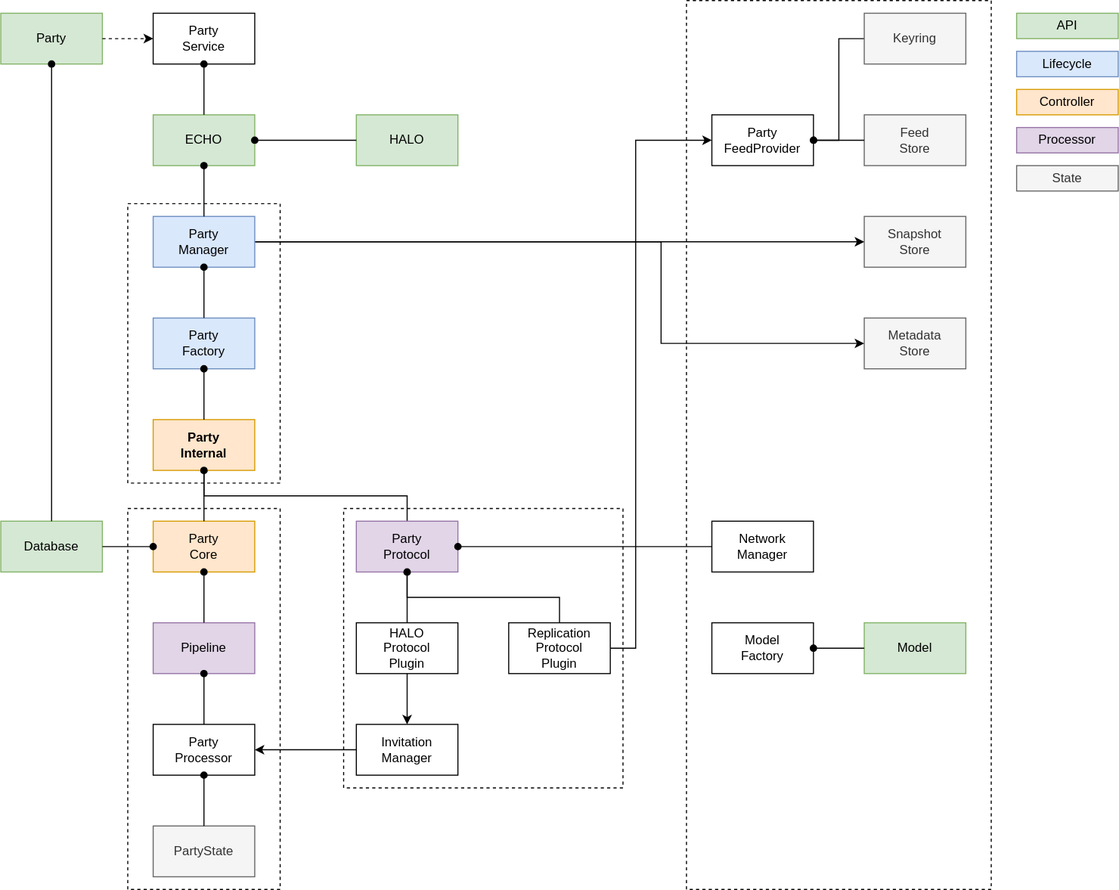
Above: docs/design/diagrams/echo-db.drawio.svg in dxos/dxos (draw.io), before the change. Source tidied: cells renumbered, new cells last; positions are measured from the earlier drawing's top-left corner, leaving out a move shared by most shapes.
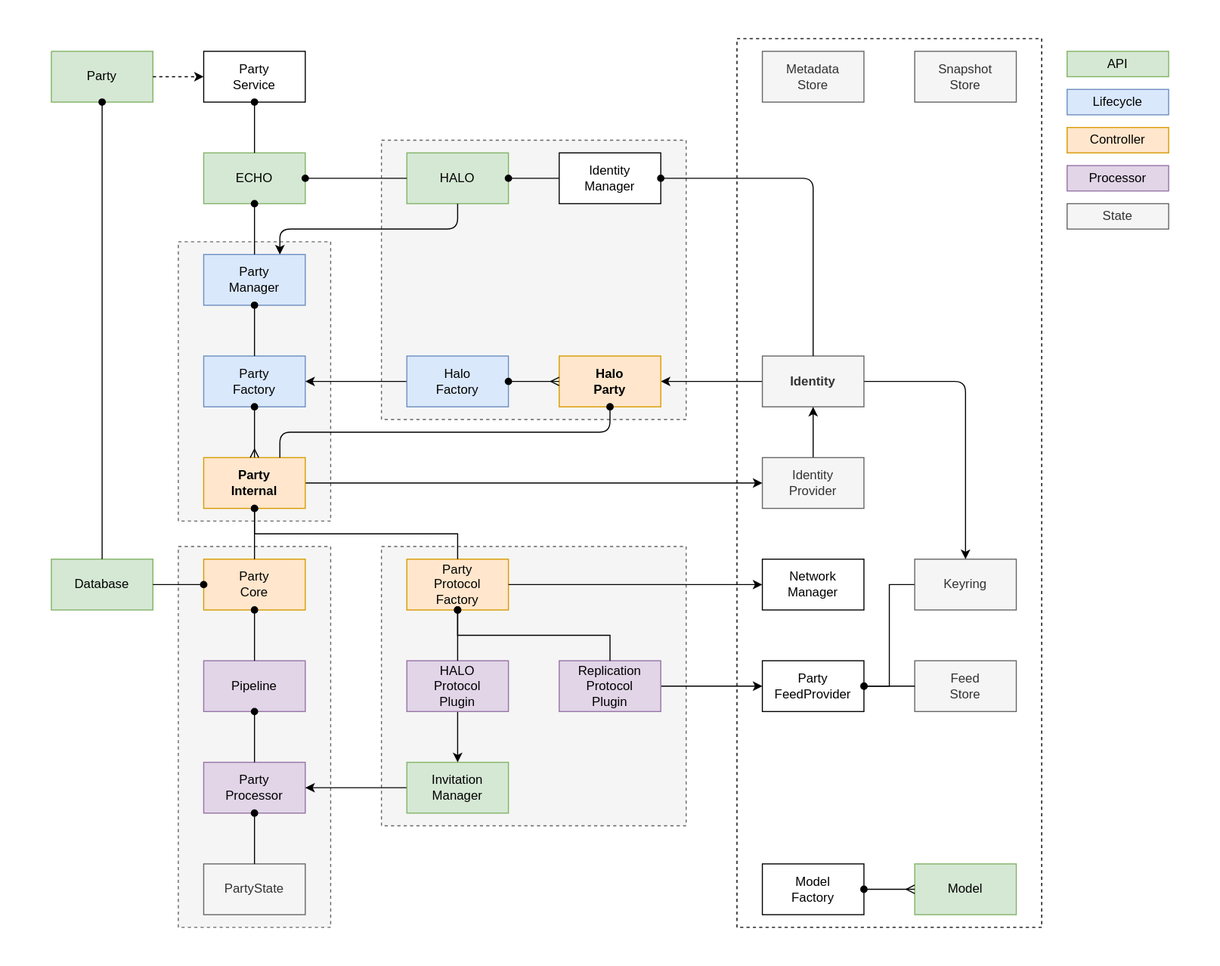
The same file after the commit.

The edit, as a diff of the source:
```diff
@@ -1,16 +1,22 @@
-<mxGraphModel>
+<mxGraphModel background="#ffffff">
   <root>
     <mxCell id="0" />
     <mxCell id="1" parent="0" />
+    <mxCell id="59" style="rounded=0;whiteSpace=wrap;html=1;dashed=1;fillColor=#f5f5f5;fontColor=#333333;strokeColor=#666666;" parent="1" vertex="1">
+      <mxGeometry x="312" y="480" width="288" height="264" as="geometry" />
+    </mxCell>
+    <mxCell id="49" style="rounded=0;whiteSpace=wrap;html=1;dashed=1;fillColor=none;" parent="1" vertex="1">
+      <mxGeometry x="648" width="288" height="840" as="geometry" />
+    </mxCell>
+    <mxCell id="4" style="rounded=0;whiteSpace=wrap;html=1;dashed=1;fillColor=#f5f5f5;fontColor=#333333;strokeColor=#666666;" parent="1" vertex="1">
+      <mxGeometry x="312" y="96" width="288" height="264" as="geometry" />
+    </mxCell>
-    <mxCell id="2" style="rounded=0;whiteSpace=wrap;html=1;dashed=1;fillColor=none;" parent="1" vertex="1">
+    <mxCell id="2" style="rounded=0;whiteSpace=wrap;html=1;dashed=1;fillColor=#f5f5f5;fontColor=#333333;strokeColor=#666666;" parent="1" vertex="1">
       <mxGeometry x="120" y="192" width="144" height="264" as="geometry" />
     </mxCell>
-    <mxCell id="3" style="rounded=0;whiteSpace=wrap;html=1;dashed=1;fillColor=none;" parent="1" vertex="1">
+    <mxCell id="3" style="rounded=0;whiteSpace=wrap;html=1;dashed=1;fillColor=#f5f5f5;fontColor=#333333;strokeColor=#666666;" parent="1" vertex="1">
       <mxGeometry x="120" y="480" width="144" height="360" as="geometry" />
     </mxCell>
-    <mxCell id="4" style="rounded=0;whiteSpace=wrap;html=1;dashed=1;fillColor=none;" parent="1" vertex="1">
-      <mxGeometry x="324" y="480" width="264" height="264" as="geometry" />
-    </mxCell>
     <mxCell id="5" value="Party&lt;br&gt;Core" style="rounded=0;whiteSpace=wrap;html=1;fillColor=#ffe6cc;strokeColor=#d79b00;" parent="1" vertex="1">
       <mxGeometry x="144" y="492" width="96" height="48" as="geometry" />
     </mxCell>
@@ -18,16 +24,16 @@
       <mxGeometry y="492" width="96" height="48" as="geometry" />
     </mxCell>
     <mxCell id="7" value="Snapshot&lt;br&gt;Store" style="rounded=0;whiteSpace=wrap;html=1;fillColor=#f5f5f5;fontColor=#333333;strokeColor=#666666;" parent="1" vertex="1">
-      <mxGeometry x="816" y="204" width="96" height="48" as="geometry" />
+      <mxGeometry x="816" y="12" width="96" height="48" as="geometry" />
     </mxCell>
-    <mxCell id="8" value="Party&lt;br&gt;Processor" style="rounded=0;whiteSpace=wrap;html=1;" parent="1" vertex="1">
+    <mxCell id="8" value="Party&lt;br&gt;Processor" style="rounded=0;whiteSpace=wrap;html=1;fillColor=#e1d5e7;strokeColor=#9673a6;" parent="1" vertex="1">
       <mxGeometry x="144" y="684" width="96" height="48" as="geometry" />
     </mxCell>
     <mxCell id="9" style="edgeStyle=orthogonalEdgeStyle;rounded=0;jettySize=auto;html=1;exitX=1;exitY=0.5;exitDx=0;exitDy=0;entryX=0;entryY=0.5;entryDx=0;entryDy=0;startArrow=oval;startFill=1;endArrow=none;endFill=0;" parent="1" edge="1" source="10" target="24">
       <mxGeometry relative="1" as="geometry" />
     </mxCell>
     <mxCell id="10" value="Party&lt;br&gt;FeedProvider" style="rounded=0;whiteSpace=wrap;html=1;" parent="1" vertex="1">
-      <mxGeometry x="672" y="108" width="96" height="48" as="geometry" />
+      <mxGeometry x="672" y="588" width="96" height="48" as="geometry" />
     </mxCell>
     <mxCell id="11" value="Pipeline" style="rounded=0;whiteSpace=wrap;html=1;fillColor=#e1d5e7;strokeColor=#9673a6;" parent="1" vertex="1">
       <mxGeometry x="144" y="588" width="96" height="48" as="geometry" />
@@ -38,9 +44,9 @@
     <mxCell id="13" value="Party&lt;br&gt;Factory&lt;br&gt;" style="rounded=0;whiteSpace=wrap;html=1;fillColor=#dae8fc;strokeColor=#6c8ebf;" parent="1" vertex="1">
       <mxGeometry x="144" y="300" width="96" height="48" as="geometry" />
     </mxCell>
-    <mxCell id="14" style="edgeStyle=orthogonalEdgeStyle;rounded=0;jettySize=auto;html=1;exitX=0.5;exitY=1;exitDx=0;exitDy=0;entryX=0.5;entryY=0;entryDx=0;entryDy=0;startArrow=oval;startFill=1;endArrow=none;endFill=0;" parent="1" edge="1" source="15" target="21">
-      <mxGeometry relative="1" as="geometry" />
-    </mxCell>
+    <mxCell id="60" style="edgeStyle=none;html=1;exitX=1;exitY=0.5;exitDx=0;exitDy=0;entryX=0;entryY=0.5;entryDx=0;entryDy=0;startArrow=none;startFill=0;endArrow=classic;endFill=1;" parent="1" edge="1" source="15" target="76">
+      <mxGeometry relative="1" as="geometry" />
+    </mxCell>
     <mxCell id="15" value="Party&lt;br&gt;Internal" style="rounded=0;whiteSpace=wrap;html=1;fontStyle=1;fillColor=#ffe6cc;strokeColor=#d79b00;" parent="1" vertex="1">
       <mxGeometry x="144" y="396" width="96" height="48" as="geometry" />
     </mxCell>
@@ -50,40 +56,31 @@
     <mxCell id="17" style="edgeStyle=orthogonalEdgeStyle;rounded=0;jettySize=auto;html=1;entryX=1;entryY=0.5;entryDx=0;entryDy=0;startArrow=none;startFill=0;endArrow=classic;endFill=1;" parent="1" edge="1" source="18" target="8">
       <mxGeometry relative="1" as="geometry" />
     </mxCell>
-    <mxCell id="18" value="Invitation&lt;br&gt;Manager" style="rounded=0;whiteSpace=wrap;html=1;" parent="1" vertex="1">
+    <mxCell id="18" value="Invitation&lt;br&gt;Manager" style="rounded=0;whiteSpace=wrap;html=1;fillColor=#d5e8d4;strokeColor=#82b366;" parent="1" vertex="1">
       <mxGeometry x="336" y="684" width="96" height="48" as="geometry" />
     </mxCell>
     <mxCell id="19" style="edgeStyle=orthogonalEdgeStyle;rounded=0;jettySize=auto;html=1;entryX=0;entryY=0.5;entryDx=0;entryDy=0;startArrow=none;startFill=0;endArrow=classic;endFill=1;exitX=1;exitY=0.5;exitDx=0;exitDy=0;" parent="1" edge="1" source="52" target="10">
       <mxGeometry relative="1" as="geometry">
         <Array as="points">
-          <mxPoint x="600" y="612" />
-          <mxPoint x="600" y="132" />
+          <mxPoint x="672" y="612" />
+          <mxPoint x="672" y="612" />
         </Array>
       </mxGeometry>
     </mxCell>
-    <mxCell id="20" style="edgeStyle=orthogonalEdgeStyle;rounded=0;jettySize=auto;html=1;startArrow=oval;startFill=1;endArrow=none;endFill=0;" parent="1" edge="1" target="52">
-      <mxGeometry relative="1" as="geometry">
-        <mxPoint x="384" y="540" as="sourcePoint" />
-        <Array as="points">
-          <mxPoint x="384" y="564" />
-          <mxPoint x="528" y="564" />
-        </Array>
-      </mxGeometry>
-    </mxCell>
-    <mxCell id="21" value="Party&lt;br&gt;Protocol" style="rounded=0;whiteSpace=wrap;html=1;fillColor=#e1d5e7;strokeColor=#9673a6;" parent="1" vertex="1">
+    <mxCell id="21" value="Party&lt;br&gt;Protocol&lt;br&gt;Factory" style="rounded=0;whiteSpace=wrap;html=1;fillColor=#ffe6cc;strokeColor=#d79b00;" parent="1" vertex="1">
       <mxGeometry x="336" y="492" width="96" height="48" as="geometry" />
     </mxCell>
     <mxCell id="22" value="Network&lt;br&gt;Manager" style="rounded=0;whiteSpace=wrap;html=1;" parent="1" vertex="1">
       <mxGeometry x="672" y="492" width="96" height="48" as="geometry" />
     </mxCell>
     <mxCell id="23" value="Metadata&lt;br&gt;Store" style="rounded=0;whiteSpace=wrap;html=1;fillColor=#f5f5f5;fontColor=#333333;strokeColor=#666666;" parent="1" vertex="1">
-      <mxGeometry x="816" y="300" width="96" height="48" as="geometry" />
+      <mxGeometry x="672" y="12" width="96" height="48" as="geometry" />
     </mxCell>
     <mxCell id="24" value="Keyring" style="rounded=0;whiteSpace=wrap;html=1;fillColor=#f5f5f5;fontColor=#333333;strokeColor=#666666;" parent="1" vertex="1">
-      <mxGeometry x="816" y="12" width="96" height="48" as="geometry" />
+      <mxGeometry x="816" y="492" width="96" height="48" as="geometry" />
     </mxCell>
     <mxCell id="25" value="Feed&lt;br&gt;Store" style="rounded=0;whiteSpace=wrap;html=1;fillColor=#f5f5f5;fontColor=#333333;strokeColor=#666666;" parent="1" vertex="1">
-      <mxGeometry x="816" y="108" width="96" height="48" as="geometry" />
+      <mxGeometry x="816" y="588" width="96" height="48" as="geometry" />
     </mxCell>
     <mxCell id="26" style="edgeStyle=orthogonalEdgeStyle;rounded=0;jettySize=auto;html=1;exitX=0.5;exitY=1;exitDx=0;exitDy=0;startArrow=oval;startFill=1;endArrow=none;endFill=0;" parent="1" edge="1" source="11" target="8">
       <mxGeometry relative="1" as="geometry" />
@@ -95,7 +92,7 @@
       <mxGeometry relative="1" as="geometry" />
     </mxCell>
     <mxCell id="29" value="Model&lt;br&gt;Factory" style="rounded=0;whiteSpace=wrap;html=1;" parent="1" vertex="1">
-      <mxGeometry x="672" y="588" width="96" height="48" as="geometry" />
+      <mxGeometry x="672" y="780" width="96" height="48" as="geometry" />
     </mxCell>
     <mxCell id="30" value="PartyState" style="rounded=0;whiteSpace=wrap;html=1;fillColor=#f5f5f5;fontColor=#333333;strokeColor=#666666;" parent="1" vertex="1">
       <mxGeometry x="144" y="780" width="96" height="48" as="geometry" />
@@ -116,25 +113,14 @@
       <mxGeometry x="960" y="156" width="96" height="24" as="geometry" />
     </mxCell>
     <mxCell id="36" value="Model" style="rounded=0;whiteSpace=wrap;html=1;fillColor=#d5e8d4;strokeColor=#82b366;" parent="1" vertex="1">
-      <mxGeometry x="816" y="588" width="96" height="48" as="geometry" />
+      <mxGeometry x="816" y="780" width="96" height="48" as="geometry" />
     </mxCell>
-    <mxCell id="37" style="edgeStyle=orthogonalEdgeStyle;rounded=0;jettySize=auto;html=1;exitX=1;exitY=0.5;exitDx=0;exitDy=0;startArrow=oval;startFill=1;endArrow=none;endFill=0;" parent="1" edge="1" source="29" target="36">
+    <mxCell id="37" style="edgeStyle=orthogonalEdgeStyle;rounded=0;jettySize=auto;html=1;exitX=1;exitY=0.5;exitDx=0;exitDy=0;startArrow=oval;startFill=1;endArrow=ERmany;endFill=0;" parent="1" edge="1" source="29" target="36">
       <mxGeometry relative="1" as="geometry" />
     </mxCell>
-    <mxCell id="38" style="edgeStyle=orthogonalEdgeStyle;rounded=0;jettySize=auto;html=1;startArrow=oval;startFill=1;endArrow=none;endFill=0;" parent="1" edge="1" source="13" target="15">
+    <mxCell id="38" style="edgeStyle=orthogonalEdgeStyle;rounded=0;jettySize=auto;html=1;startArrow=oval;startFill=1;endArrow=ERmany;endFill=0;" parent="1" edge="1" source="13" target="15">
       <mxGeometry relative="1" as="geometry" />
     </mxCell>
-    <mxCell id="39" style="edgeStyle=orthogonalEdgeStyle;rounded=0;jettySize=auto;html=1;exitX=1;exitY=0.5;exitDx=0;exitDy=0;startArrow=none;startFill=0;endArrow=classic;endFill=1;" parent="1" edge="1" source="41" target="7">
-      <mxGeometry relative="1" as="geometry" />
-    </mxCell>
-    <mxCell id="40" style="edgeStyle=orthogonalEdgeStyle;rounded=0;jettySize=auto;html=1;exitX=1;exitY=0.5;exitDx=0;exitDy=0;entryX=0;entryY=0.5;entryDx=0;entryDy=0;startArrow=none;startFill=0;endArrow=classic;endFill=1;" parent="1" edge="1" source="41" target="23">
-      <mxGeometry relative="1" as="geometry">
-        <Array as="points">
-          <mxPoint x="624" y="228" />
-          <mxPoint x="624" y="324" />
-        </Array>
-      </mxGeometry>
-    </mxCell>
     <mxCell id="41" value="Party&lt;br&gt;Manager" style="rounded=0;whiteSpace=wrap;html=1;fillColor=#dae8fc;strokeColor=#6c8ebf;" parent="1" vertex="1">
       <mxGeometry x="144" y="204" width="96" height="48" as="geometry" />
     </mxCell>
@@ -153,22 +139,19 @@
     <mxCell id="46" style="edgeStyle=orthogonalEdgeStyle;rounded=0;jettySize=auto;html=1;exitX=0.5;exitY=1;exitDx=0;exitDy=0;startArrow=oval;startFill=1;endArrow=none;endFill=0;" parent="1" edge="1" source="12" target="6">
       <mxGeometry relative="1" as="geometry" />
     </mxCell>
-    <mxCell id="47" style="edgeStyle=orthogonalEdgeStyle;rounded=0;jettySize=auto;html=1;exitX=1;exitY=0.5;exitDx=0;exitDy=0;startArrow=oval;startFill=1;endArrow=none;endFill=0;" parent="1" edge="1" source="21" target="22">
+    <mxCell id="47" style="edgeStyle=orthogonalEdgeStyle;rounded=0;jettySize=auto;html=1;exitX=1;exitY=0.5;exitDx=0;exitDy=0;startArrow=none;startFill=0;endArrow=classic;endFill=1;" parent="1" edge="1" source="21" target="22">
       <mxGeometry relative="1" as="geometry" />
     </mxCell>
     <mxCell id="48" value="Controller" style="rounded=0;whiteSpace=wrap;html=1;fillColor=#ffe6cc;strokeColor=#d79b00;" parent="1" vertex="1">
       <mxGeometry x="960" y="84" width="96" height="24" as="geometry" />
     </mxCell>
-    <mxCell id="49" style="rounded=0;whiteSpace=wrap;html=1;dashed=1;fillColor=none;" parent="1" vertex="1">
-      <mxGeometry x="648" width="288" height="840" as="geometry" />
-    </mxCell>
     <mxCell id="50" style="edgeStyle=orthogonalEdgeStyle;rounded=0;jettySize=auto;html=1;exitX=0.5;exitY=1;exitDx=0;exitDy=0;startArrow=none;startFill=0;endArrow=classic;endFill=1;" parent="1" edge="1" source="51" target="18">
       <mxGeometry relative="1" as="geometry" />
     </mxCell>
-    <mxCell id="51" value="HALO&lt;br&gt;Protocol&lt;br&gt;Plugin" style="rounded=0;whiteSpace=wrap;html=1;" parent="1" vertex="1">
+    <mxCell id="51" value="HALO&lt;br&gt;Protocol&lt;br&gt;Plugin" style="rounded=0;whiteSpace=wrap;html=1;fillColor=#e1d5e7;strokeColor=#9673a6;" parent="1" vertex="1">
       <mxGeometry x="336" y="588" width="96" height="48" as="geometry" />
     </mxCell>
-    <mxCell id="52" value="Replication&lt;br&gt;Protocol&lt;br&gt;Plugin" style="rounded=0;whiteSpace=wrap;html=1;" parent="1" vertex="1">
+    <mxCell id="52" value="Replication&lt;br&gt;Protocol&lt;br&gt;Plugin" style="rounded=0;whiteSpace=wrap;html=1;fillColor=#e1d5e7;strokeColor=#9673a6;" parent="1" vertex="1">
       <mxGeometry x="480" y="588" width="96" height="48" as="geometry" />
     </mxCell>
     <mxCell id="53" style="edgeStyle=orthogonalEdgeStyle;rounded=0;jettySize=auto;html=1;exitX=0.5;exitY=1;exitDx=0;exitDy=0;startArrow=oval;startFill=1;endArrow=none;endFill=0;" parent="1" edge="1" source="21" target="51">
@@ -189,5 +172,83 @@
     <mxCell id="58" style="edgeStyle=orthogonalEdgeStyle;rounded=0;jettySize=auto;html=1;exitX=1;exitY=0.5;exitDx=0;exitDy=0;startArrow=oval;startFill=1;endArrow=none;endFill=0;" parent="1" edge="1" source="42" target="57">
       <mxGeometry relative="1" as="geometry" />
     </mxCell>
+    <mxCell id="14" style="edgeStyle=orthogonalEdgeStyle;rounded=0;jettySize=auto;html=1;exitX=0.5;exitY=1;exitDx=0;exitDy=0;entryX=0.5;entryY=0;entryDx=0;entryDy=0;startArrow=oval;startFill=1;endArrow=none;endFill=0;" parent="1" edge="1" source="15" target="21">
+      <mxGeometry relative="1" as="geometry" />
+    </mxCell>
+    <mxCell id="20" style="edgeStyle=orthogonalEdgeStyle;rounded=0;jettySize=auto;html=1;startArrow=oval;startFill=1;endArrow=none;endFill=0;" parent="1" edge="1" target="52">
+      <mxGeometry relative="1" as="geometry">
+        <mxPoint x="384" y="540" as="sourcePoint" />
+        <Array as="points">
+          <mxPoint x="384" y="564" />
+          <mxPoint x="528" y="564" />
+        </Array>
+      </mxGeometry>
+    </mxCell>
+    <mxCell id="61" style="rounded=0;whiteSpace=wrap;html=1;strokeColor=none;" parent="1" vertex="1">
+      <mxGeometry x="-48" y="-36" width="48" height="48" as="geometry" />
+    </mxCell>
+    <mxCell id="62" style="rounded=0;whiteSpace=wrap;html=1;strokeColor=none;" parent="1" vertex="1">
+      <mxGeometry x="1056" y="828" width="48" height="48" as="geometry" />
+    </mxCell>
+    <mxCell id="63" value="Identity&lt;br&gt;Manager" style="rounded=0;whiteSpace=wrap;html=1;" parent="1" vertex="1">
+      <mxGeometry x="480" y="108" width="96" height="48" as="geometry" />
+    </mxCell>
+    <mxCell id="64" style="edgeStyle=none;html=1;exitX=0;exitY=0.5;exitDx=0;exitDy=0;entryX=1;entryY=0.5;entryDx=0;entryDy=0;startArrow=none;startFill=0;endArrow=classic;endFill=1;" parent="1" edge="1" source="66" target="68">
+      <mxGeometry relative="1" as="geometry" />
+    </mxCell>
+    <mxCell id="65" style="edgeStyle=none;html=1;exitX=1;exitY=0.5;exitDx=0;exitDy=0;entryX=0.5;entryY=0;entryDx=0;entryDy=0;startArrow=none;startFill=0;endArrow=classic;endFill=1;" parent="1" edge="1" source="66" target="24">
+      <mxGeometry relative="1" as="geometry">
+        <Array as="points">
+          <mxPoint x="864" y="324" />
+        </Array>
+      </mxGeometry>
+    </mxCell>
+    <mxCell id="66" value="Identity" style="rounded=0;whiteSpace=wrap;html=1;fillColor=#f5f5f5;fontColor=#333333;strokeColor=#666666;fontStyle=1;" parent="1" vertex="1">
+      <mxGeometry x="672" y="300" width="96" height="48" as="geometry" />
+    </mxCell>
+    <mxCell id="67" style="edgeStyle=none;html=1;exitX=1;exitY=0.5;exitDx=0;exitDy=0;startArrow=oval;startFill=1;endArrow=none;endFill=0;" parent="1" edge="1" source="63" target="66">
+      <mxGeometry relative="1" as="geometry">
+        <Array as="points">
+          <mxPoint x="720" y="132" />
+        </Array>
+      </mxGeometry>
+    </mxCell>
+    <mxCell id="68" value="Halo&lt;br&gt;Party" style="rounded=0;whiteSpace=wrap;html=1;fontStyle=1;fillColor=#ffe6cc;strokeColor=#d79b00;" parent="1" vertex="1">
+      <mxGeometry x="480" y="300" width="96" height="48" as="geometry" />
+    </mxCell>
+    <mxCell id="69" style="edgeStyle=none;html=1;exitX=1;exitY=0.5;exitDx=0;exitDy=0;entryX=0;entryY=0.5;entryDx=0;entryDy=0;startArrow=oval;startFill=1;endArrow=none;endFill=0;" parent="1" edge="1" source="57" target="63">
+      <mxGeometry relative="1" as="geometry" />
+    </mxCell>
+    <mxCell id="70" style="edgeStyle=none;html=1;exitX=0.5;exitY=1;exitDx=0;exitDy=0;entryX=0.75;entryY=0;entryDx=0;entryDy=0;startArrow=none;startFill=0;endArrow=classic;endFill=1;" parent="1" edge="1" source="57" target="41">
+      <mxGeometry relative="1" as="geometry">
+        <Array as="points">
+          <mxPoint x="384" y="180" />
+          <mxPoint x="216" y="180" />
+        </Array>
+      </mxGeometry>
+    </mxCell>
+    <mxCell id="71" style="edgeStyle=none;html=1;exitX=0.5;exitY=1;exitDx=0;exitDy=0;entryX=0.75;entryY=0;entryDx=0;entryDy=0;startArrow=oval;startFill=1;endArrow=none;endFill=0;" parent="1" edge="1" source="68" target="15">
+      <mxGeometry relative="1" as="geometry">
+        <Array as="points">
+          <mxPoint x="528" y="372" />
+          <mxPoint x="216" y="372" />
+        </Array>
+      </mxGeometry>
+    </mxCell>
+    <mxCell id="72" style="edgeStyle=none;html=1;exitX=0;exitY=0.5;exitDx=0;exitDy=0;entryX=1;entryY=0.5;entryDx=0;entryDy=0;startArrow=none;startFill=0;endArrow=classic;endFill=1;" parent="1" edge="1" source="73" target="13">
+      <mxGeometry relative="1" as="geometry" />
+    </mxCell>
+    <mxCell id="73" value="Halo&lt;br&gt;Factory" style="rounded=0;whiteSpace=wrap;html=1;fillColor=#dae8fc;strokeColor=#6c8ebf;" parent="1" vertex="1">
+      <mxGeometry x="336" y="300" width="96" height="48" as="geometry" />
+    </mxCell>
+    <mxCell id="74" style="edgeStyle=none;html=1;exitX=1;exitY=0.5;exitDx=0;exitDy=0;entryX=0;entryY=0.5;entryDx=0;entryDy=0;startArrow=oval;startFill=1;endArrow=ERmany;endFill=0;" parent="1" edge="1" source="73" target="68">
+      <mxGeometry relative="1" as="geometry" />
+    </mxCell>
+    <mxCell id="75" style="edgeStyle=none;html=1;exitX=0.5;exitY=0;exitDx=0;exitDy=0;entryX=0.5;entryY=1;entryDx=0;entryDy=0;startArrow=none;startFill=0;endArrow=classic;endFill=1;" parent="1" edge="1" source="76" target="66">
+      <mxGeometry relative="1" as="geometry" />
+    </mxCell>
+    <mxCell id="76" value="Identity&lt;br&gt;Provider" style="rounded=0;whiteSpace=wrap;html=1;fillColor=#f5f5f5;fontColor=#333333;strokeColor=#666666;" parent="1" vertex="1">
+      <mxGeometry x="672" y="396" width="96" height="48" as="geometry" />
+    </mxCell>
   </root>
 </mxGraphModel>
```
